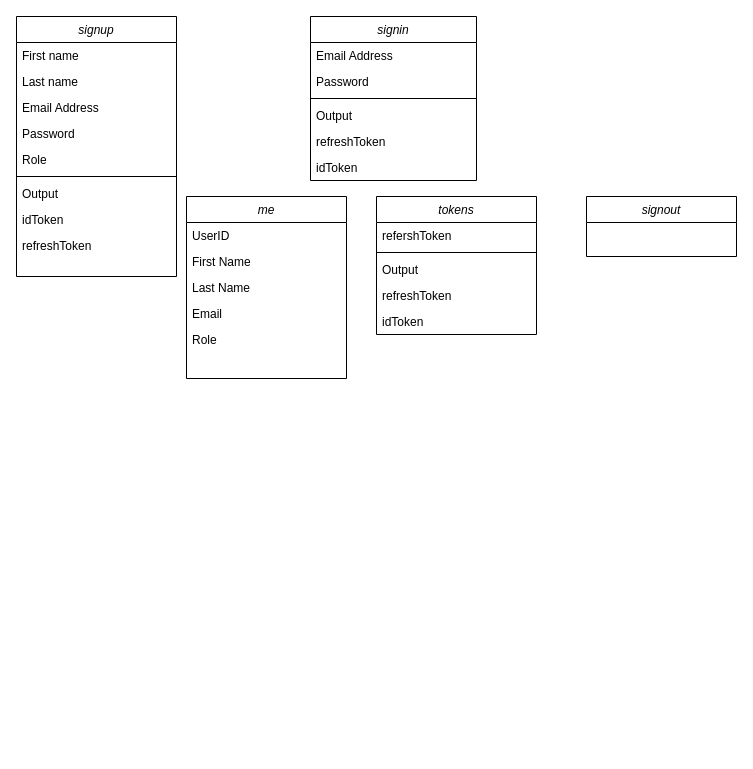
saravase/saravase keeps this draw.io diagram as page "Page-1" (1 of 2) of Untitled Diagram.drawio. Above is the earlier version. Source tidied: cells renumbered, new cells numbered last; positions are measured from the earlier drawing's top-left corner, leaving out a move shared by most shapes. Both pictures are drawn from the tidied source at 100%, with x=0, y=0 at pixel (16, 16).
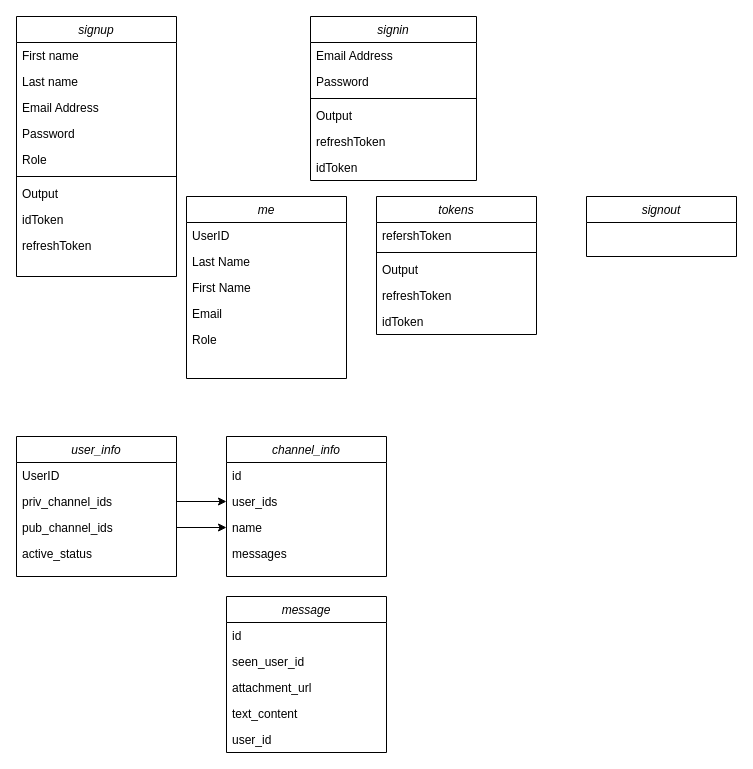
Above is the later version.

The change refers to these unchanged cells:
```xml
<mxCell id="20" value="me" style="swimlane;fontStyle=2;align=center;verticalAlign=top;horizontal=1;startSize=26;rounded=0;shadow=0;strokeWidth=1;" parent="1" vertex="1">
  <mxGeometry x="170" y="180" width="160" height="182" as="geometry" />
</mxCell>
```

Change to the diagram source:
```diff
@@
+    <mxCell id="23" value="Last Name" style="text;align=left;verticalAlign=top;spacingLeft=4;spacingRight=4;overflow=hidden;" parent="20" vertex="1">
+      <mxGeometry y="52" width="160" height="26" as="geometry" />
+    </mxCell>
     <mxCell id="22" value="First Name" style="text;align=left;verticalAlign=top;spacingLeft=4;spacingRight=4;overflow=hidden;" parent="20" vertex="1">
-      <mxGeometry y="52" width="160" height="26" as="geometry" />
+      <mxGeometry y="78" width="160" height="26" as="geometry" />
     </mxCell>
-    <mxCell id="23" value="Last Name" style="text;align=left;verticalAlign=top;spacingLeft=4;spacingRight=4;overflow=hidden;" parent="20" vertex="1">
-      <mxGeometry y="78" width="160" height="26" as="geometry" />
-    </mxCell>
@@
+    <mxCell id="32" value="user_info" style="swimlane;fontStyle=2;align=center;verticalAlign=top;horizontal=1;startSize=26;rounded=0;shadow=0;strokeWidth=1;" parent="1" vertex="1">
+      <mxGeometry y="420" width="160" height="140" as="geometry" />
+    </mxCell>
+    <mxCell id="33" value="UserID" style="text;align=left;verticalAlign=top;spacingLeft=4;spacingRight=4;overflow=hidden;" parent="32" vertex="1">
+      <mxGeometry y="26" width="160" height="26" as="geometry" />
+    </mxCell>
+    <mxCell id="34" value="priv_channel_ids" style="text;align=left;verticalAlign=top;spacingLeft=4;spacingRight=4;overflow=hidden;points=[[0,0.5],[1,0.5]];portConstraint=eastwest;" parent="32" vertex="1">
+      <mxGeometry y="52" width="160" height="26" as="geometry" />
+    </mxCell>
+    <mxCell id="35" value="pub_channel_ids" style="text;align=left;verticalAlign=top;spacingLeft=4;spacingRight=4;overflow=hidden;points=[[0,0.5],[1,0.5]];portConstraint=eastwest;" parent="32" vertex="1">
+      <mxGeometry y="78" width="160" height="26" as="geometry" />
+    </mxCell>
+    <mxCell id="36" value="active_status" style="text;align=left;verticalAlign=top;spacingLeft=4;spacingRight=4;overflow=hidden;" parent="32" vertex="1">
+      <mxGeometry y="104" width="160" height="26" as="geometry" />
+    </mxCell>
+    <mxCell id="37" value="channel_info" style="swimlane;fontStyle=2;align=center;verticalAlign=top;horizontal=1;startSize=26;rounded=0;shadow=0;strokeWidth=1;" parent="1" vertex="1">
+      <mxGeometry x="210" y="420" width="160" height="140" as="geometry" />
+    </mxCell>
+    <mxCell id="38" value="id" style="text;align=left;verticalAlign=top;spacingLeft=4;spacingRight=4;overflow=hidden;" parent="37" vertex="1">
+      <mxGeometry y="26" width="160" height="26" as="geometry" />
+    </mxCell>
+    <mxCell id="39" value="user_ids" style="text;align=left;verticalAlign=top;spacingLeft=4;spacingRight=4;overflow=hidden;points=[[0,0.5],[1,0.5]];portConstraint=eastwest;" parent="37" vertex="1">
+      <mxGeometry y="52" width="160" height="26" as="geometry" />
+    </mxCell>
+    <mxCell id="40" value="name" style="text;align=left;verticalAlign=top;spacingLeft=4;spacingRight=4;overflow=hidden;points=[[0,0.5],[1,0.5]];portConstraint=eastwest;" parent="37" vertex="1">
+      <mxGeometry y="78" width="160" height="26" as="geometry" />
+    </mxCell>
+    <mxCell id="41" value="messages" style="text;align=left;verticalAlign=top;spacingLeft=4;spacingRight=4;overflow=hidden;" parent="37" vertex="1">
+      <mxGeometry y="104" width="160" height="26" as="geometry" />
+    </mxCell>
+    <mxCell id="42" style="edgeStyle=orthogonalEdgeStyle;rounded=0;jettySize=auto;html=1;exitX=1;exitY=0.5;exitDx=0;exitDy=0;entryX=0;entryY=0.5;entryDx=0;entryDy=0;" parent="1" edge="1" source="34" target="39">
+      <mxGeometry relative="1" as="geometry" />
+    </mxCell>
+    <mxCell id="43" style="edgeStyle=orthogonalEdgeStyle;rounded=0;jettySize=auto;html=1;exitX=1;exitY=0.5;exitDx=0;exitDy=0;entryX=0;entryY=0.5;entryDx=0;entryDy=0;" parent="1" edge="1" source="35" target="40">
+      <mxGeometry relative="1" as="geometry" />
+    </mxCell>
+    <mxCell id="44" value="message" style="swimlane;fontStyle=2;align=center;verticalAlign=top;horizontal=1;startSize=26;rounded=0;shadow=0;strokeWidth=1;" parent="1" vertex="1">
+      <mxGeometry x="210" y="580" width="160" height="156" as="geometry" />
+    </mxCell>
+    <mxCell id="45" value="id" style="text;align=left;verticalAlign=top;spacingLeft=4;spacingRight=4;overflow=hidden;" parent="44" vertex="1">
+      <mxGeometry y="26" width="160" height="26" as="geometry" />
+    </mxCell>
+    <mxCell id="46" value="seen_user_id" style="text;align=left;verticalAlign=top;spacingLeft=4;spacingRight=4;overflow=hidden;" parent="44" vertex="1">
+      <mxGeometry y="52" width="160" height="26" as="geometry" />
+    </mxCell>
+    <mxCell id="47" value="attachment_url" style="text;align=left;verticalAlign=top;spacingLeft=4;spacingRight=4;overflow=hidden;" parent="44" vertex="1">
+      <mxGeometry y="78" width="160" height="26" as="geometry" />
+    </mxCell>
+    <mxCell id="48" value="text_content" style="text;align=left;verticalAlign=top;spacingLeft=4;spacingRight=4;overflow=hidden;" parent="44" vertex="1">
+      <mxGeometry y="104" width="160" height="26" as="geometry" />
+    </mxCell>
+    <mxCell id="49" value="user_id" style="text;align=left;verticalAlign=top;spacingLeft=4;spacingRight=4;overflow=hidden;" parent="44" vertex="1">
+      <mxGeometry y="130" width="160" height="26" as="geometry" />
+    </mxCell>
```
